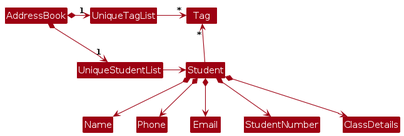
Before: diagrams/BetterModelClassDiagram.png, a diagram exported from PlantUML (AY2324S1-CS2103T-T11-1/tp). Its source is kept beside it as diagrams/BetterModelClassDiagram.puml.
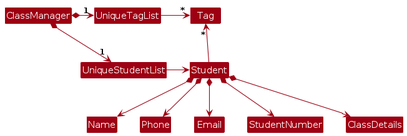
The same diagram one commit later.

Diff of the diagram source:
```diff
@@ -4,8 +4,8 @@
 skinparam arrowColor MODEL_COLOR
 skinparam classBackgroundColor MODEL_COLOR
 
-AddressBook *-right-> "1" UniqueStudentList
-AddressBook *-right-> "1" UniqueTagList
+ClassManager *-right-> "1" UniqueStudentList
+ClassManager *-right-> "1" UniqueTagList
 UniqueTagList -[hidden]down- UniqueStudentList
 UniqueTagList -[hidden]down- UniqueStudentList
 
```
